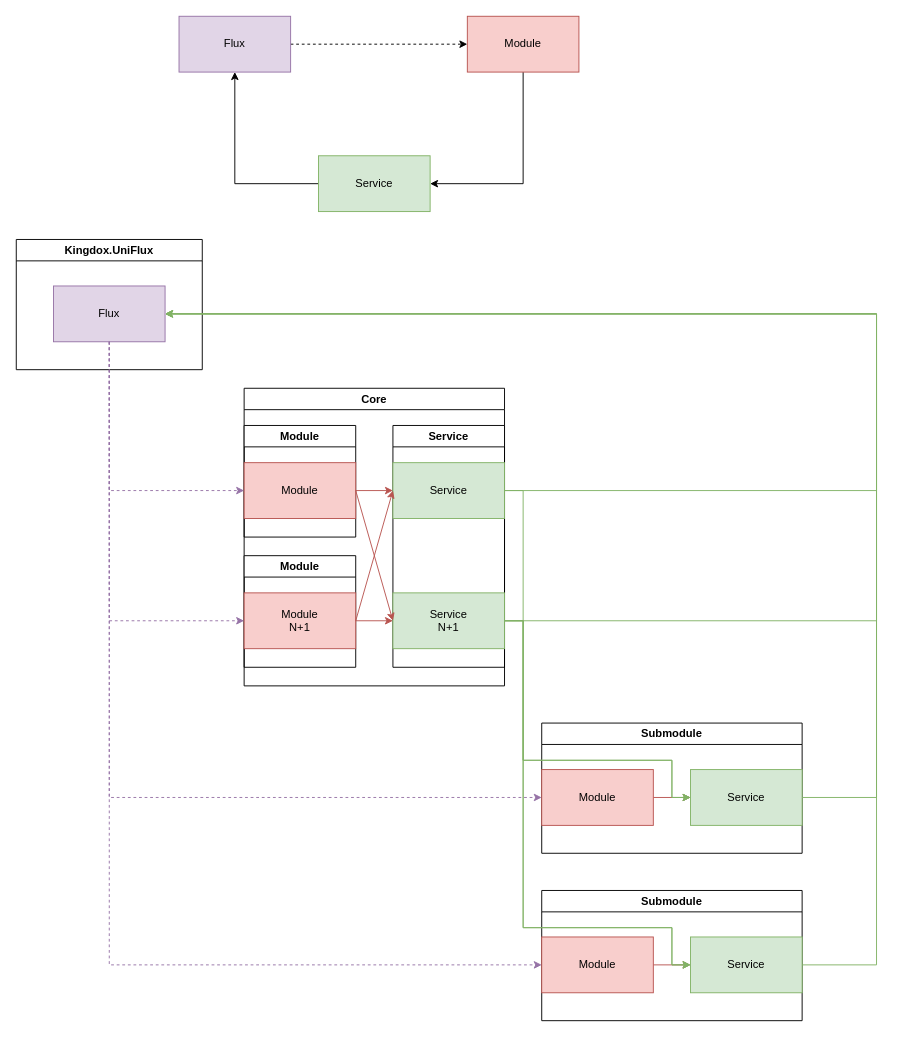
Before: Contents/Architecture.drawio in xavierarpa/UniFlux, a draw.io diagram. Source tidied: cells renumbered, new cells numbered last; positions are measured from the earlier drawing's top-left corner, leaving out a move shared by most shapes. Both pictures are drawn from the tidied source at 93%, with x=0, y=0 at pixel (16, 16).
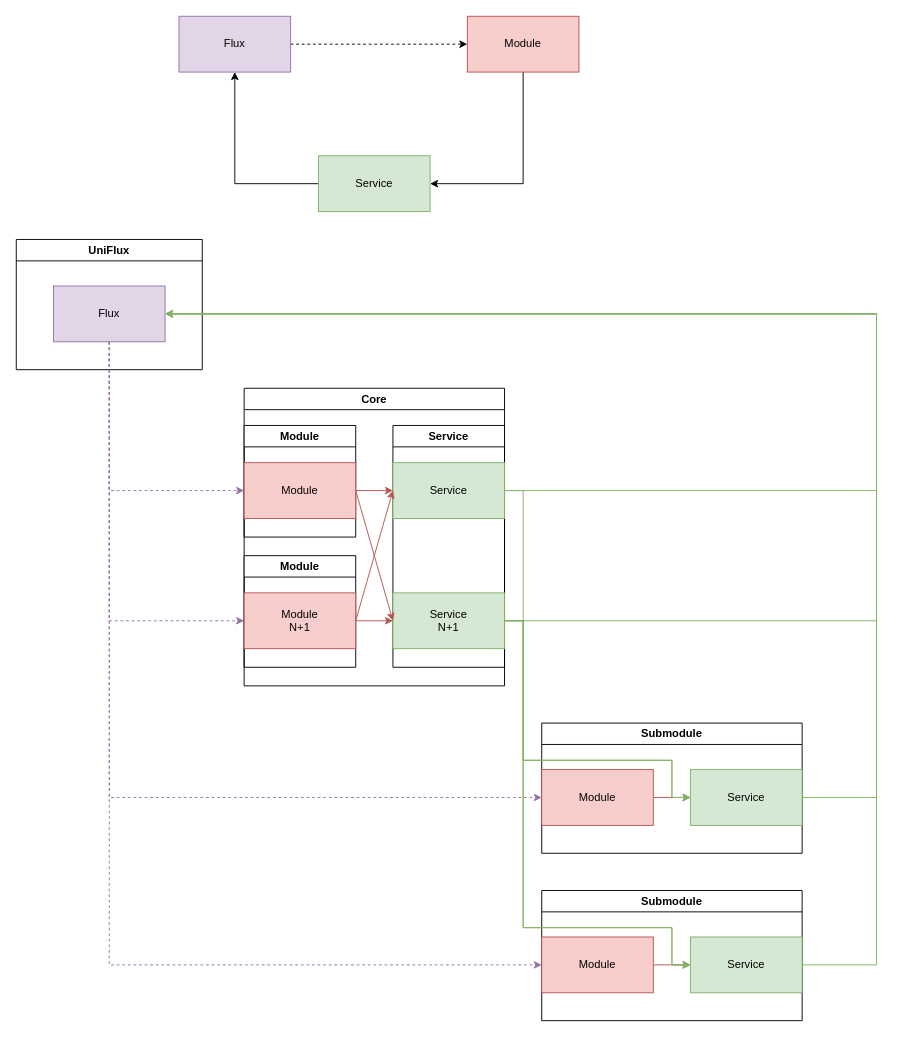
The same page after the edit.

Diff of the diagram source:
```diff
@@
-    <mxCell id="10" value="Kingdox.UniFlux" style="swimlane;whiteSpace=wrap;html=1;" parent="1" vertex="1">
+    <mxCell id="10" value="UniFlux" style="swimlane;whiteSpace=wrap;html=1;" parent="1" vertex="1">
       <mxGeometry y="240" width="200" height="140" as="geometry" />
     </mxCell>
```
